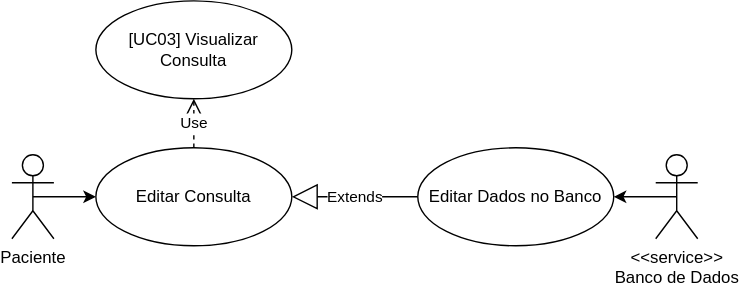
This is [UC04] Editar Consulta.drawio.svg from SIGH-Projeto-de-Topicos/SIGH-Diagrams, a draw.io export, as it was before one commit. Source tidied: cells renumbered, new cells last; positions are measured from the earlier drawing's top-left corner, leaving out a move shared by most shapes.
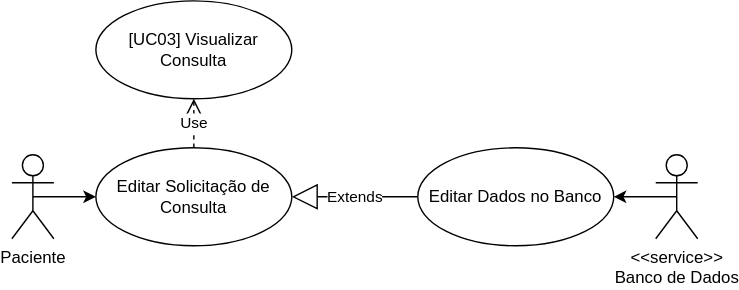
The same diagram one commit later.

Change to the diagram source:
```diff
@@ -8,7 +8,7 @@
     <mxCell id="3" value="Paciente" style="shape=umlActor;verticalLabelPosition=bottom;verticalAlign=top;html=1;" parent="1" vertex="1">
       <mxGeometry y="110" width="30" height="60" as="geometry" />
     </mxCell>
-    <mxCell id="4" value="Editar Consulta" style="ellipse;whiteSpace=wrap;html=1;" parent="1" vertex="1">
+    <mxCell id="4" value="Editar Solicitação de Consulta" style="ellipse;whiteSpace=wrap;html=1;" parent="1" vertex="1">
       <mxGeometry x="60" y="105" width="140" height="70" as="geometry" />
     </mxCell>
     <mxCell id="5" value="[UC03] Visualizar Consulta" style="ellipse;whiteSpace=wrap;html=1;" parent="1" vertex="1">
```
